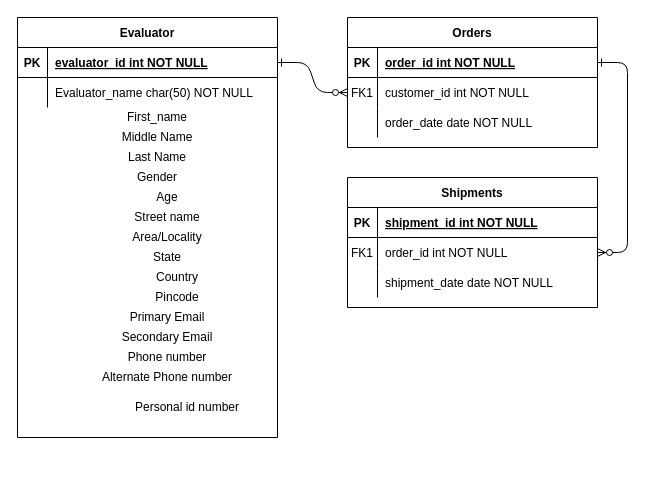
Above: Untitled Diagram.drawio in DowellLivingLab/115.GoogleTrends.Dowell (draw.io), before the change. Source tidied: cells renumbered, new cells numbered last; positions are measured from the earlier drawing's top-left corner, leaving out a move shared by most shapes. Both pictures are drawn from the tidied source at 100%, with x=0, y=0 at pixel (17, 17).
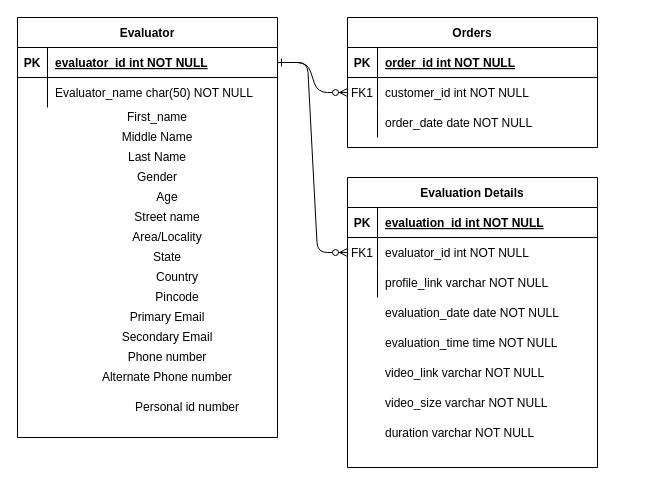
The same page after the edit.

Commit message:
Updated Evaluation table

Unchanged cells that the change refers to:
```xml
<mxCell id="5" style="shape=partialRectangle;fillColor=none;points=[[0,0.5],[1,0.5]];portConstraint=eastwest;top=0;left=0;right=0;bottom=1;" parent="4" vertex="1">
  <mxGeometry y="30" width="250" height="30" as="geometry" />
</mxCell>
<mxCell id="15" style="shape=partialRectangle;fillColor=none;top=0;left=0;right=0;bottom=1;" parent="14" vertex="1">
  <mxGeometry y="30" width="250" height="30" as="geometry" />
</mxCell>
<mxCell id="18" style="shape=partialRectangle;fillColor=none;points=[[0,0.5],[1,0.5]];portConstraint=eastwest;top=0;left=0;right=0;bottom=0;" parent="14" vertex="1">
  <mxGeometry y="60" width="250" height="30" as="geometry" />
</mxCell>
<mxCell id="21" style="shape=partialRectangle;fillColor=none;top=0;left=0;right=0;bottom=0;" parent="14" vertex="1">
  <mxGeometry y="90" width="250" height="30" as="geometry" />
</mxCell>
<mxCell id="25" style="shape=partialRectangle;fillColor=none;points=[[0,0.5],[1,0.5]];portConstraint=eastwest;top=0;left=0;right=0;bottom=1;" parent="24" vertex="1">
  <mxGeometry y="30" width="260" height="30" as="geometry" />
</mxCell>
```

What changed in the source:
```diff
@@
-    <mxCell id="3" style="edgeStyle=entityRelationEdgeStyle;endArrow=ERzeroToMany;startArrow=ERone;endFill=1;startFill=0;" parent="1" edge="1" source="5" target="18">
-      <mxGeometry relative="1" as="geometry" />
-    </mxCell>
@@
-    <mxCell id="14" value="Shipments" style="shape=table;startSize=30;childLayout=tableLayout;rowLines=0;fontStyle=1;align=center;" parent="1" vertex="1">
-      <mxGeometry x="330" y="160" width="250" height="130" as="geometry" />
+    <mxCell id="14" value="Evaluation Details" style="shape=table;startSize=30;childLayout=tableLayout;rowLines=0;fontStyle=1;align=center;" parent="1" vertex="1">
+      <mxGeometry x="330" y="160" width="250" height="290" as="geometry" />
     </mxCell>
@@
-    <mxCell id="17" value="shipment_id int NOT NULL " style="shape=partialRectangle;overflow=hidden;fillColor=none;top=0;left=0;bottom=0;right=0;align=left;spacingLeft=6;fontStyle=5;" parent="15" vertex="1">
+    <mxCell id="17" value="evaluation_id int NOT NULL " style="shape=partialRectangle;overflow=hidden;fillColor=none;top=0;left=0;bottom=0;right=0;align=left;spacingLeft=6;fontStyle=5;" parent="15" vertex="1">
       <mxGeometry x="30" width="220" height="30" as="geometry" />
     </mxCell>
@@
-    <mxCell id="20" value="order_id int NOT NULL" style="shape=partialRectangle;overflow=hidden;fillColor=none;top=0;left=0;bottom=0;right=0;align=left;spacingLeft=6;" parent="18" vertex="1">
+    <mxCell id="20" value="evaluator_id int NOT NULL" style="shape=partialRectangle;overflow=hidden;fillColor=none;top=0;left=0;bottom=0;right=0;align=left;spacingLeft=6;" parent="18" vertex="1">
       <mxGeometry x="30" width="220" height="30" as="geometry" />
     </mxCell>
@@
-    <mxCell id="23" value="shipment_date date NOT NULL" style="shape=partialRectangle;overflow=hidden;fillColor=none;top=0;left=0;bottom=0;right=0;align=left;spacingLeft=6;" parent="21" vertex="1">
+    <mxCell id="23" value="profile_link varchar NOT NULL" style="shape=partialRectangle;overflow=hidden;fillColor=none;top=0;left=0;bottom=0;right=0;align=left;spacingLeft=6;" parent="21" vertex="1">
       <mxGeometry x="30" width="220" height="30" as="geometry" />
     </mxCell>
@@
+    <mxCell id="46" style="edgeStyle=entityRelationEdgeStyle;fontSize=12;html=1;endArrow=ERzeroToMany;endFill=1;exitX=1;exitY=0.5;exitDx=0;exitDy=0;entryX=0;entryY=0.5;entryDx=0;entryDy=0;" parent="1" edge="1" source="25" target="18">
+      <mxGeometry relative="1" as="geometry" />
+    </mxCell>
@@
+    <mxCell id="47" value="evaluation_date date NOT NULL" style="shape=partialRectangle;overflow=hidden;fillColor=none;top=0;left=0;bottom=0;right=0;align=left;spacingLeft=6;" parent="1" vertex="1">
+      <mxGeometry x="360" y="280" width="220" height="30" as="geometry" />
+    </mxCell>
@@
+    <mxCell id="48" value="evaluation_time time NOT NULL" style="shape=partialRectangle;overflow=hidden;fillColor=none;top=0;left=0;bottom=0;right=0;align=left;spacingLeft=6;" parent="1" vertex="1">
+      <mxGeometry x="360" y="310" width="220" height="30" as="geometry" />
+    </mxCell>
@@
+    <mxCell id="49" value="video_link varchar NOT NULL" style="shape=partialRectangle;overflow=hidden;fillColor=none;top=0;left=0;bottom=0;right=0;align=left;spacingLeft=6;" parent="1" vertex="1">
+      <mxGeometry x="360" y="340" width="220" height="30" as="geometry" />
+    </mxCell>
@@
+    <mxCell id="50" value="video_size varchar NOT NULL" style="shape=partialRectangle;overflow=hidden;fillColor=none;top=0;left=0;bottom=0;right=0;align=left;spacingLeft=6;" parent="1" vertex="1">
+      <mxGeometry x="360" y="370" width="220" height="30" as="geometry" />
+    </mxCell>
@@
+    <mxCell id="51" value="duration varchar NOT NULL" style="shape=partialRectangle;overflow=hidden;fillColor=none;top=0;left=0;bottom=0;right=0;align=left;spacingLeft=6;" parent="1" vertex="1">
+      <mxGeometry x="360" y="400" width="220" height="30" as="geometry" />
+    </mxCell>
```
